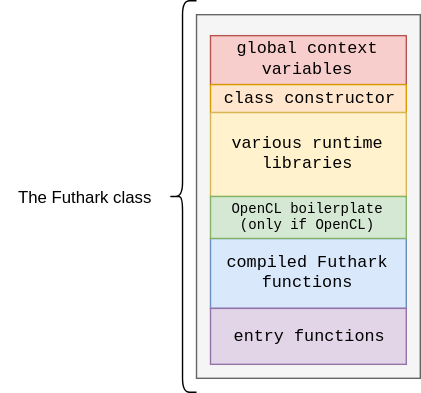
Above: chapters/figs/csharp/futhark_class.svg in MikkelStorgaard/thesis (draw.io), before the change. Source tidied: cells renumbered, new cells last; positions are measured from the earlier drawing's top-left corner, leaving out a move shared by most shapes.
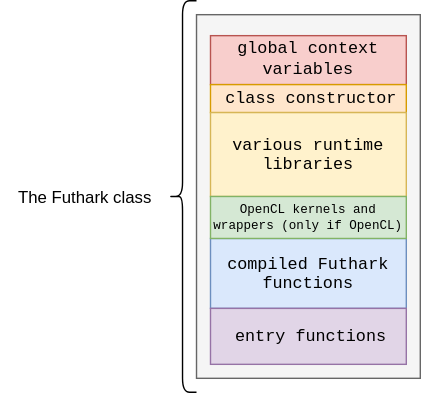
Later version of the same file.

The edit, as a diff of the source:
```diff
@@ -23,7 +23,7 @@
     <mxCell id="8" value="various runtime libraries" style="rounded=0;whiteSpace=wrap;html=1;glass=0;strokeColor=#d6b656;strokeWidth=1;fillColor=#fff2cc;fontFamily=Courier New;" parent="1" vertex="1">
       <mxGeometry x="150" y="80" width="140" height="60" as="geometry" />
     </mxCell>
-    <mxCell id="9" value="OpenCL boilerplate (only if OpenCL)" style="rounded=0;whiteSpace=wrap;html=1;glass=0;strokeColor=#82b366;strokeWidth=1;fillColor=#d5e8d4;fontFamily=Courier New;fontSize=10;" parent="1" vertex="1">
+    <mxCell id="9" value="&lt;font style=&quot;font-size: 9px&quot;&gt;OpenCL kernels and wrappers (only if OpenCL)&lt;/font&gt;" style="rounded=0;whiteSpace=wrap;html=1;glass=0;strokeColor=#82b366;strokeWidth=1;fillColor=#d5e8d4;fontFamily=Courier New;fontSize=10;" parent="1" vertex="1">
       <mxGeometry x="150" y="140" width="140" height="30" as="geometry" />
     </mxCell>
     <mxCell id="10" value="entry functions" style="rounded=0;whiteSpace=wrap;html=1;glass=0;strokeColor=#9673a6;strokeWidth=1;fillColor=#e1d5e7;fontFamily=Courier New;" parent="1" vertex="1">
```
